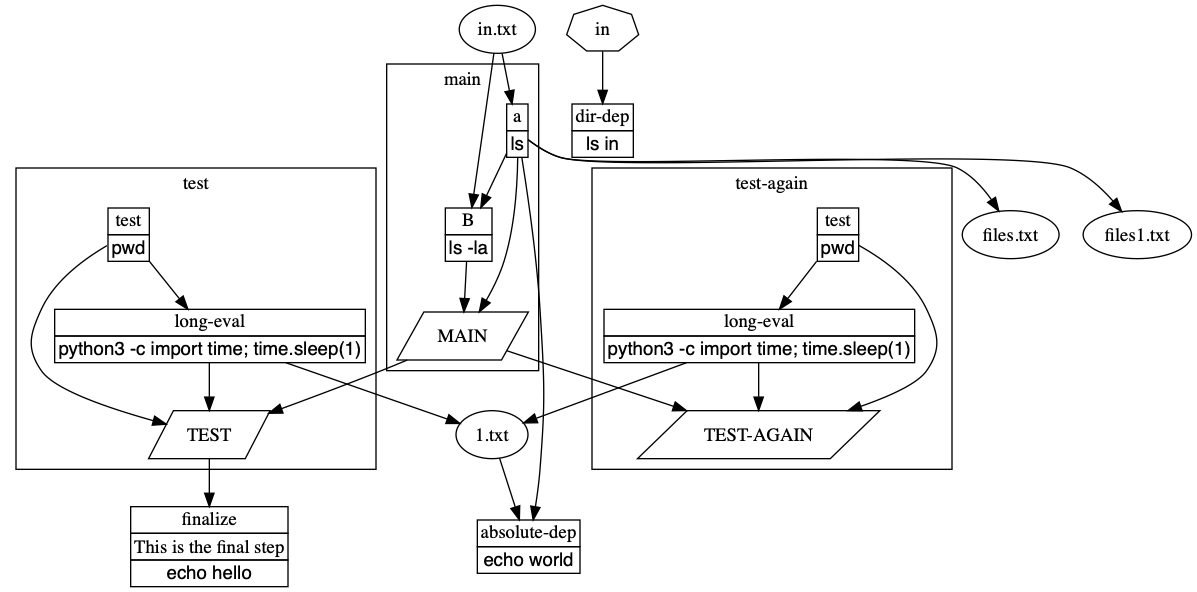
Above: examples/example/graph.png in tivvit/yap (Graphviz), before the change. Its source is kept beside it as examples/example/graph.dot. Source of this version:
```dot
digraph  {
	subgraph cluster_s0 {
		ID = "cluster_s0";
		label="main";
		n4[label=<<table border="0" cellborder="1" cellspacing="0"><tr><td><b>B</b></td></tr><tr><td><font face="Courier New, Courier, monospace">ls -la</font></td></tr></table>>,shape="plain"];
		n3[label="MAIN",shape="parallelogram"];
		n5[label=<<table border="0" cellborder="1" cellspacing="0"><tr><td><b>a</b></td></tr><tr><td><font face="Courier New, Courier, monospace">ls</font></td></tr></table>>,shape="plain"];

	}subgraph cluster_s1 {
		ID = "cluster_s1";
		label="test";
		n6[label="TEST",shape="parallelogram"];
		n8[label=<<table border="0" cellborder="1" cellspacing="0"><tr><td><b>long-eval</b></td></tr><tr><td><font face="Courier New, Courier, monospace">python3 -c import time; time.sleep(1)</font></td></tr></table>>,shape="plain"];
		n7[label=<<table border="0" cellborder="1" cellspacing="0"><tr><td><b>test</b></td></tr><tr><td><font face="Courier New, Courier, monospace">pwd</font></td></tr></table>>,shape="plain"];

	}subgraph cluster_s2 {
		ID = "cluster_s2";
		label="test-again";
		n9[label="TEST-AGAIN",shape="parallelogram"];
		n11[label=<<table border="0" cellborder="1" cellspacing="0"><tr><td><b>long-eval</b></td></tr><tr><td><font face="Courier New, Courier, monospace">python3 -c import time; time.sleep(1)</font></td></tr></table>>,shape="plain"];
		n10[label=<<table border="0" cellborder="1" cellspacing="0"><tr><td><b>test</b></td></tr><tr><td><font face="Courier New, Courier, monospace">pwd</font></td></tr></table>>,shape="plain"];

	}
	n13[label="1.txt",shape="oval"];
	n1[label=<<table border="0" cellborder="1" cellspacing="0"><tr><td><b>absolute-dep</b></td></tr><tr><td><font face="Courier New, Courier, monospace">echo world</font></td></tr></table>>,shape="plain"];
	n2[label=<<table border="0" cellborder="1" cellspacing="0"><tr><td><b>dir-dep</b></td></tr><tr><td><font face="Courier New, Courier, monospace">ls in</font></td></tr></table>>,shape="plain"];
	n16[label="files.txt",shape="oval"];
	n17[label="files1.txt",shape="oval"];
	n12[label=<<table border="0" cellborder="1" cellspacing="0"><tr><td><b>finalize</b></td></tr><tr><td>This is the final step</td></tr><tr><td><font face="Courier New, Courier, monospace">echo hello</font></td></tr></table>>,shape="plain"];
	n14[label="in",shape="septagon"];
	n15[label="in.txt",shape="oval"];
	n13->n1;
	n4->n3;
	n3->n9;
	n3->n6;
	n6->n12;
	n5->n1;
	n5->n4;
	n5->n16;
	n5->n17;
	n5->n3;
	n14->n2;
	n15->n4;
	n15->n5;
	n11->n13;
	n8->n13;
	n8->n6;
	n11->n9;
	n10->n11;
	n7->n8;
	n7->n6;
	n10->n9;

}
```
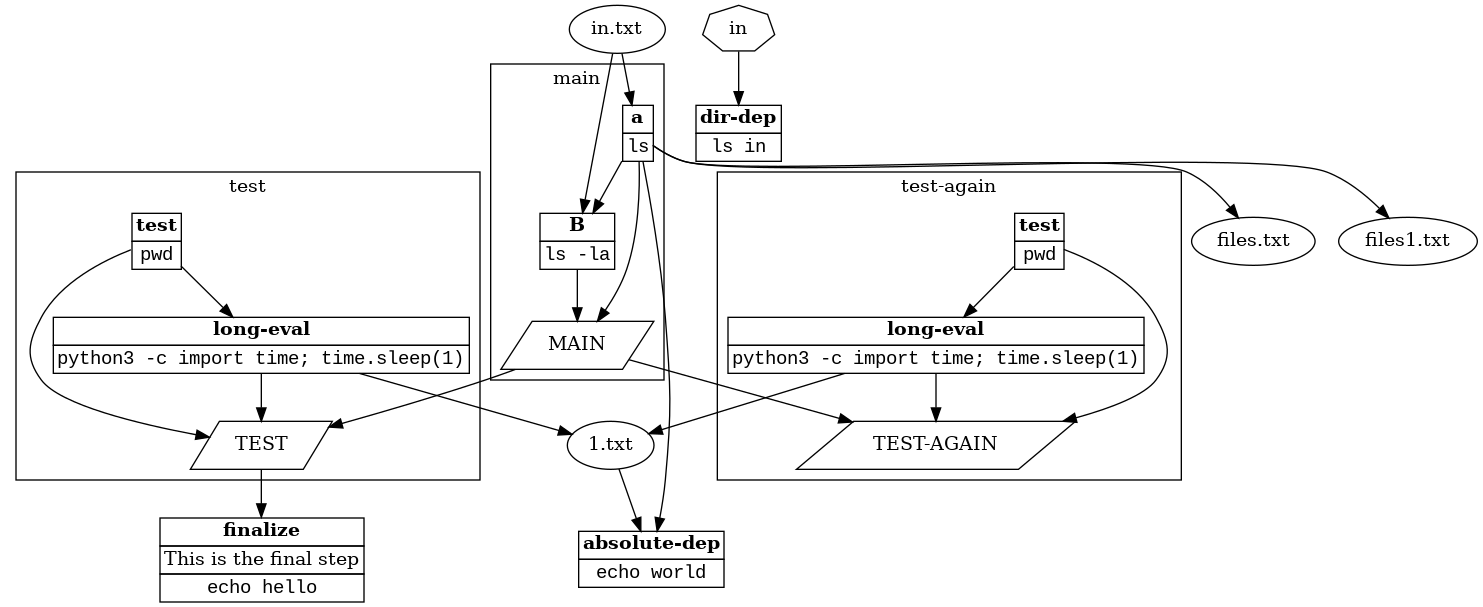
After the commit.

Diff of the diagram source:
```diff
@@ -2,53 +2,53 @@
 	subgraph cluster_s0 {
 		ID = "cluster_s0";
 		label="main";
-		n4[label=<<table border="0" cellborder="1" cellspacing="0"><tr><td><b>B</b></td></tr><tr><td><font face="Courier New, Courier, monospace">ls -la</font></td></tr></table>>,shape="plain"];
-		n3[label="MAIN",shape="parallelogram"];
+		n6[label=<<table border="0" cellborder="1" cellspacing="0"><tr><td><b>B</b></td></tr><tr><td><font face="Courier New, Courier, monospace">ls -la</font></td></tr></table>>,shape="plain"];
+		n4[label="MAIN",shape="parallelogram"];
 		n5[label=<<table border="0" cellborder="1" cellspacing="0"><tr><td><b>a</b></td></tr><tr><td><font face="Courier New, Courier, monospace">ls</font></td></tr></table>>,shape="plain"];
 
 	}subgraph cluster_s1 {
 		ID = "cluster_s1";
 		label="test";
-		n6[label="TEST",shape="parallelogram"];
-		n8[label=<<table border="0" cellborder="1" cellspacing="0"><tr><td><b>long-eval</b></td></tr><tr><td><font face="Courier New, Courier, monospace">python3 -c import time; time.sleep(1)</font></td></tr></table>>,shape="plain"];
-		n7[label=<<table border="0" cellborder="1" cellspacing="0"><tr><td><b>test</b></td></tr><tr><td><font face="Courier New, Courier, monospace">pwd</font></td></tr></table>>,shape="plain"];
+		n7[label="TEST",shape="parallelogram"];
+		n9[label=<<table border="0" cellborder="1" cellspacing="0"><tr><td><b>long-eval</b></td></tr><tr><td><font face="Courier New, Courier, monospace">python3 -c import time; time.sleep(1)</font></td></tr></table>>,shape="plain"];
+		n8[label=<<table border="0" cellborder="1" cellspacing="0"><tr><td><b>test</b></td></tr><tr><td><font face="Courier New, Courier, monospace">pwd</font></td></tr></table>>,shape="plain"];
 
 	}subgraph cluster_s2 {
 		ID = "cluster_s2";
 		label="test-again";
-		n9[label="TEST-AGAIN",shape="parallelogram"];
-		n11[label=<<table border="0" cellborder="1" cellspacing="0"><tr><td><b>long-eval</b></td></tr><tr><td><font face="Courier New, Courier, monospace">python3 -c import time; time.sleep(1)</font></td></tr></table>>,shape="plain"];
-		n10[label=<<table border="0" cellborder="1" cellspacing="0"><tr><td><b>test</b></td></tr><tr><td><font face="Courier New, Courier, monospace">pwd</font></td></tr></table>>,shape="plain"];
+		n10[label="TEST-AGAIN",shape="parallelogram"];
+		n12[label=<<table border="0" cellborder="1" cellspacing="0"><tr><td><b>long-eval</b></td></tr><tr><td><font face="Courier New, Courier, monospace">python3 -c import time; time.sleep(1)</font></td></tr></table>>,shape="plain"];
+		n11[label=<<table border="0" cellborder="1" cellspacing="0"><tr><td><b>test</b></td></tr><tr><td><font face="Courier New, Courier, monospace">pwd</font></td></tr></table>>,shape="plain"];
 
 	}
 	n13[label="1.txt",shape="oval"];
-	n1[label=<<table border="0" cellborder="1" cellspacing="0"><tr><td><b>absolute-dep</b></td></tr><tr><td><font face="Courier New, Courier, monospace">echo world</font></td></tr></table>>,shape="plain"];
-	n2[label=<<table border="0" cellborder="1" cellspacing="0"><tr><td><b>dir-dep</b></td></tr><tr><td><font face="Courier New, Courier, monospace">ls in</font></td></tr></table>>,shape="plain"];
+	n2[label=<<table border="0" cellborder="1" cellspacing="0"><tr><td><b>absolute-dep</b></td></tr><tr><td><font face="Courier New, Courier, monospace">echo world</font></td></tr></table>>,shape="plain"];
+	n3[label=<<table border="0" cellborder="1" cellspacing="0"><tr><td><b>dir-dep</b></td></tr><tr><td><font face="Courier New, Courier, monospace">ls in</font></td></tr></table>>,shape="plain"];
 	n16[label="files.txt",shape="oval"];
 	n17[label="files1.txt",shape="oval"];
-	n12[label=<<table border="0" cellborder="1" cellspacing="0"><tr><td><b>finalize</b></td></tr><tr><td>This is the final step</td></tr><tr><td><font face="Courier New, Courier, monospace">echo hello</font></td></tr></table>>,shape="plain"];
+	n1[label=<<table border="0" cellborder="1" cellspacing="0"><tr><td><b>finalize</b></td></tr><tr><td>This is the final step</td></tr><tr><td><font face="Courier New, Courier, monospace">echo hello</font></td></tr></table>>,shape="plain"];
 	n14[label="in",shape="septagon"];
 	n15[label="in.txt",shape="oval"];
-	n13->n1;
-	n4->n3;
-	n3->n9;
-	n3->n6;
-	n6->n12;
-	n5->n1;
-	n5->n4;
+	n13->n2;
+	n6->n4;
+	n4->n10;
+	n4->n7;
+	n7->n1;
+	n5->n2;
+	n5->n6;
 	n5->n16;
 	n5->n17;
-	n5->n3;
-	n14->n2;
-	n15->n4;
+	n5->n4;
+	n14->n3;
+	n15->n6;
 	n15->n5;
-	n11->n13;
-	n8->n13;
-	n8->n6;
-	n11->n9;
-	n10->n11;
-	n7->n8;
-	n7->n6;
-	n10->n9;
+	n9->n13;
+	n12->n13;
+	n9->n7;
+	n12->n10;
+	n8->n9;
+	n11->n12;
+	n8->n7;
+	n11->n10;
 
 }
```
